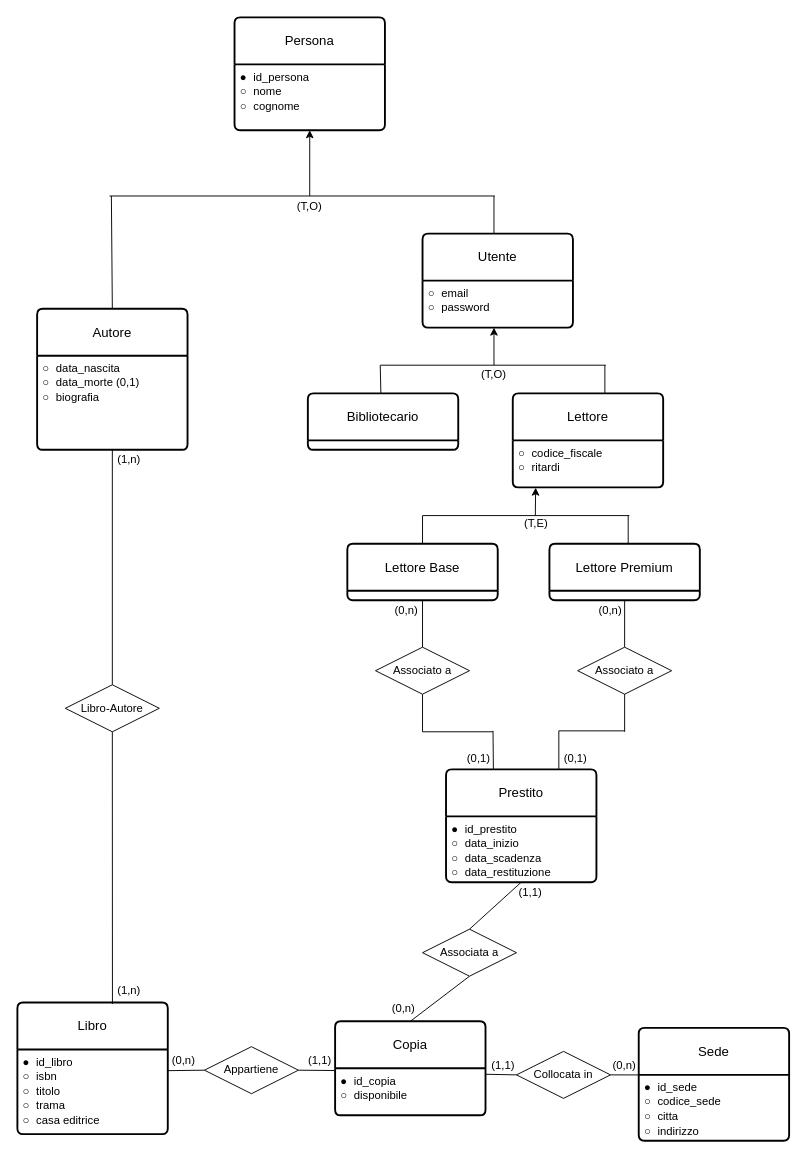
jaczao/library-management-system keeps this draw.io diagram as Untitled Diagram.drawio. Above is the earlier version. Source tidied: cells renumbered, new cells numbered last; positions are measured from the earlier drawing's top-left corner, leaving out a move shared by most shapes. Both pictures are drawn from the tidied source at 94%, with x=0, y=0 at pixel (17, 17).
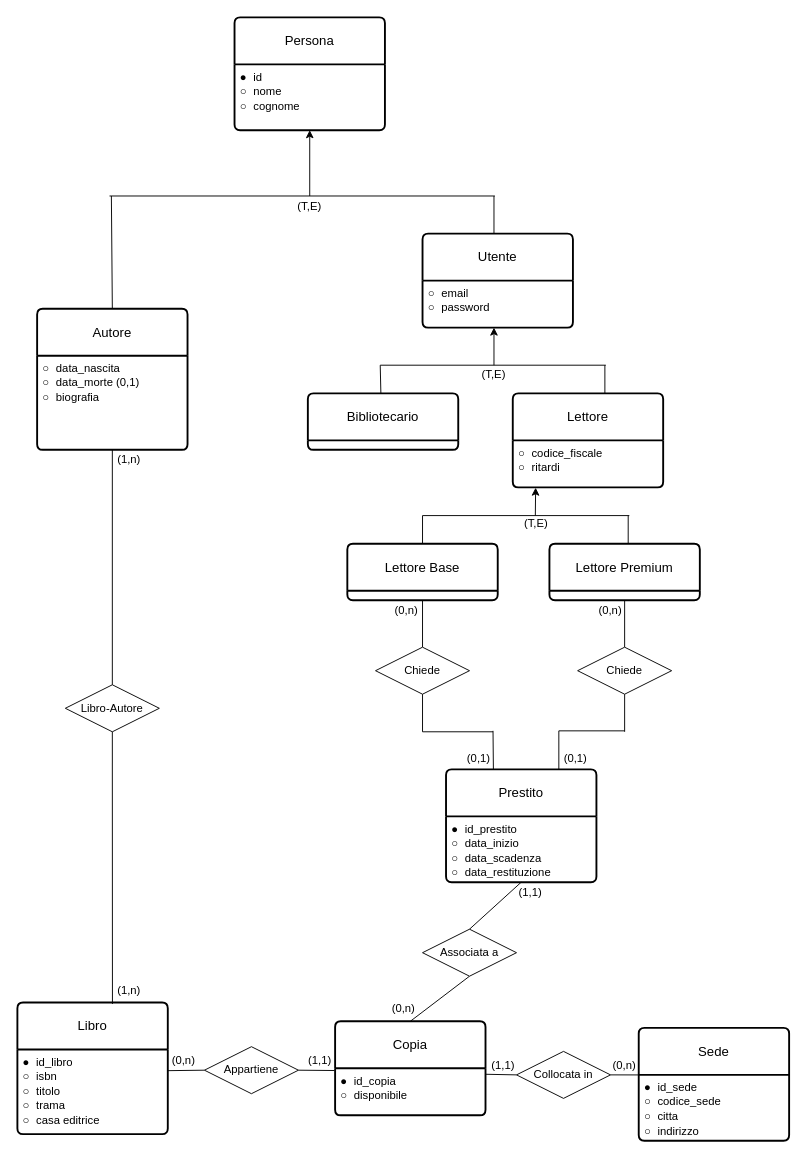
The same diagram, later.

The change refers to these unchanged cells:
```xml
<mxCell id="10" value="Persona" style="swimlane;horizontal=1;startSize=50;rounded=1;fontSize=14;fontStyle=0;strokeWidth=2;shadow=0;dashed=0;align=center;arcSize=4;whiteSpace=wrap;html=1;" parent="1" vertex="1">
  <mxGeometry x="231" width="160" height="120" as="geometry" />
</mxCell>
```

Change to the diagram source:
```diff
@@
-    <mxCell id="11" value="&lt;code style=&quot;white-space: normal;&quot;&gt;●&amp;nbsp;&lt;/code&gt;id_persona&lt;br&gt;&lt;code style=&quot;white-space: normal;&quot;&gt;○&amp;nbsp;&lt;/code&gt;nome&lt;div&gt;&lt;code style=&quot;white-space: normal;&quot;&gt;○&amp;nbsp;&lt;/code&gt;cognome&lt;br&gt;&lt;/div&gt;" style="align=left;strokeColor=none;fillColor=none;spacingLeft=4;fontSize=12;verticalAlign=top;html=1;" parent="10" vertex="1">
+    <mxCell id="11" value="&lt;code style=&quot;white-space: normal;&quot;&gt;●&amp;nbsp;&lt;/code&gt;id&lt;br&gt;&lt;code style=&quot;white-space: normal;&quot;&gt;○&amp;nbsp;&lt;/code&gt;nome&lt;div&gt;&lt;code style=&quot;white-space: normal;&quot;&gt;○&amp;nbsp;&lt;/code&gt;cognome&lt;br&gt;&lt;/div&gt;" style="align=left;strokeColor=none;fillColor=none;spacingLeft=4;fontSize=12;verticalAlign=top;html=1;" parent="10" vertex="1">
       <mxGeometry y="50" width="160" height="70" as="geometry" />
     </mxCell>
@@
-    <mxCell id="53" value="(T,O)" style="text;html=1;align=center;verticalAlign=middle;whiteSpace=wrap;rounded=0;" parent="1" vertex="1">
+    <mxCell id="53" value="(T,E)" style="text;html=1;align=center;verticalAlign=middle;whiteSpace=wrap;rounded=0;" parent="1" vertex="1">
       <mxGeometry x="477" y="365" width="60" height="30" as="geometry" />
     </mxCell>
-    <mxCell id="54" value="(T,O)" style="text;html=1;align=center;verticalAlign=middle;whiteSpace=wrap;rounded=0;" parent="1" vertex="1">
+    <mxCell id="54" value="(T,E)" style="text;html=1;align=center;verticalAlign=middle;whiteSpace=wrap;rounded=0;" parent="1" vertex="1">
       <mxGeometry x="281" y="186" width="60" height="30" as="geometry" />
     </mxCell>
@@
-    <mxCell id="59" value="Associato a" style="shape=rhombus;perimeter=rhombusPerimeter;whiteSpace=wrap;html=1;align=center;" parent="1" vertex="1">
+    <mxCell id="59" value="Chiede" style="shape=rhombus;perimeter=rhombusPerimeter;whiteSpace=wrap;html=1;align=center;" parent="1" vertex="1">
       <mxGeometry x="596" y="670" width="100" height="50" as="geometry" />
     </mxCell>
-    <mxCell id="60" value="Associato a" style="shape=rhombus;perimeter=rhombusPerimeter;whiteSpace=wrap;html=1;align=center;" parent="1" vertex="1">
+    <mxCell id="60" value="Chiede" style="shape=rhombus;perimeter=rhombusPerimeter;whiteSpace=wrap;html=1;align=center;" parent="1" vertex="1">
       <mxGeometry x="381" y="670" width="100" height="50" as="geometry" />
     </mxCell>
```
